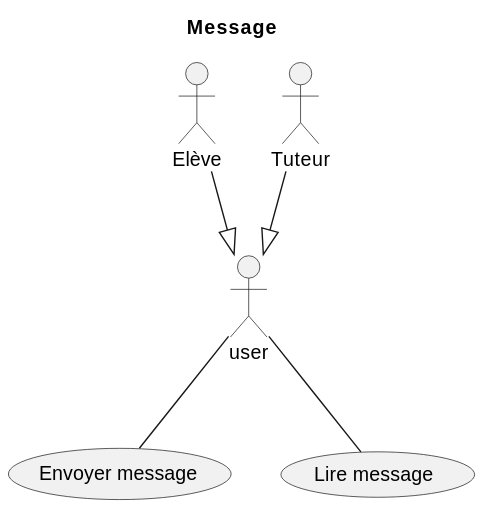
Earlier version of the PlantUML export docs/diagrams/communication/message.svg (KMBCL/P3_specifications).
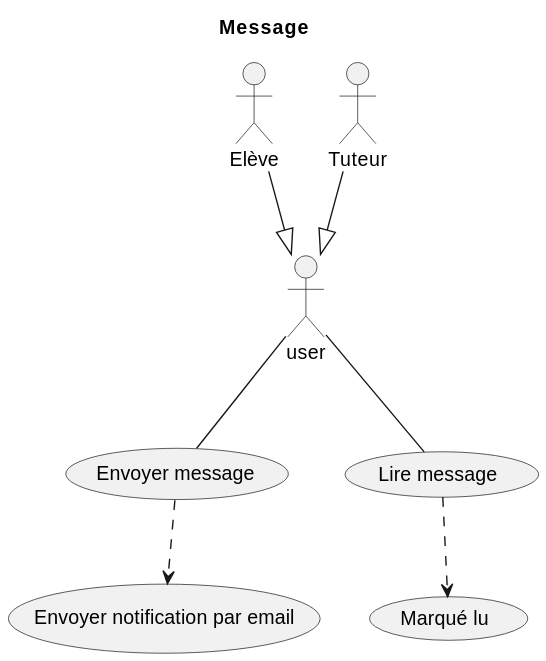
After the commit.

The edit, as a diff of the source:
```diff
@@ -1,14 +1,19 @@
 @startuml
 title Message
 
-!include /specifications/docs/diagrams/actors/actors.puml
+!include /specifications/docs/diagrams/actors/common.puml
 
 usecase "Envoyer message" as send_message
 usecase "Lire message" as read_message
+usecase "Marqué lu" as set_read_message
+usecase "Envoyer notification par email" as send_email_notification
 
 student --|> user
 tutor --|> user
 
 user -- send_message
 user -- read_message
+
+send_message ..> send_email_notification
+read_message ..> set_read_message
 @enduml
```
